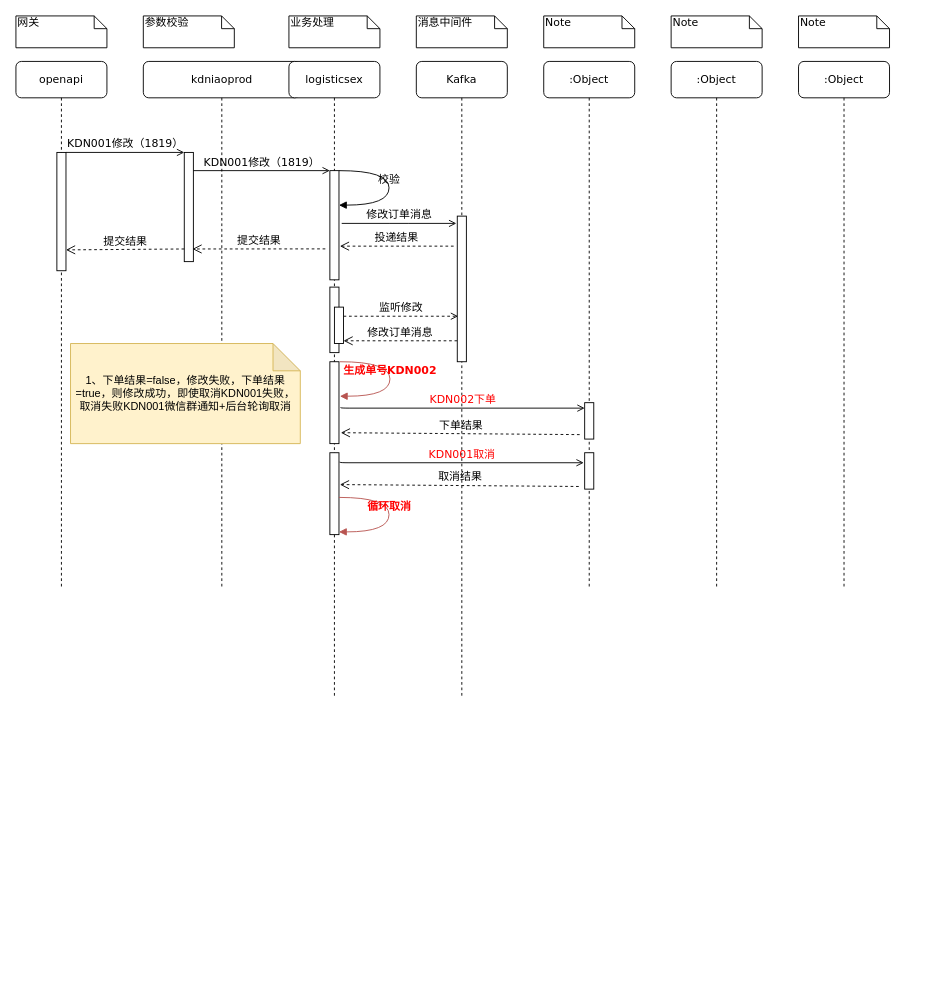
unclequentin/diagrams keeps this draw.io diagram as 合单.drawio. Above is the earlier version. Source tidied: cells renumbered, new cells numbered last; positions are measured from the earlier drawing's top-left corner, leaving out a move shared by most shapes. Both pictures are drawn from the tidied source at 91%, with x=0, y=0 at pixel (15, 15).
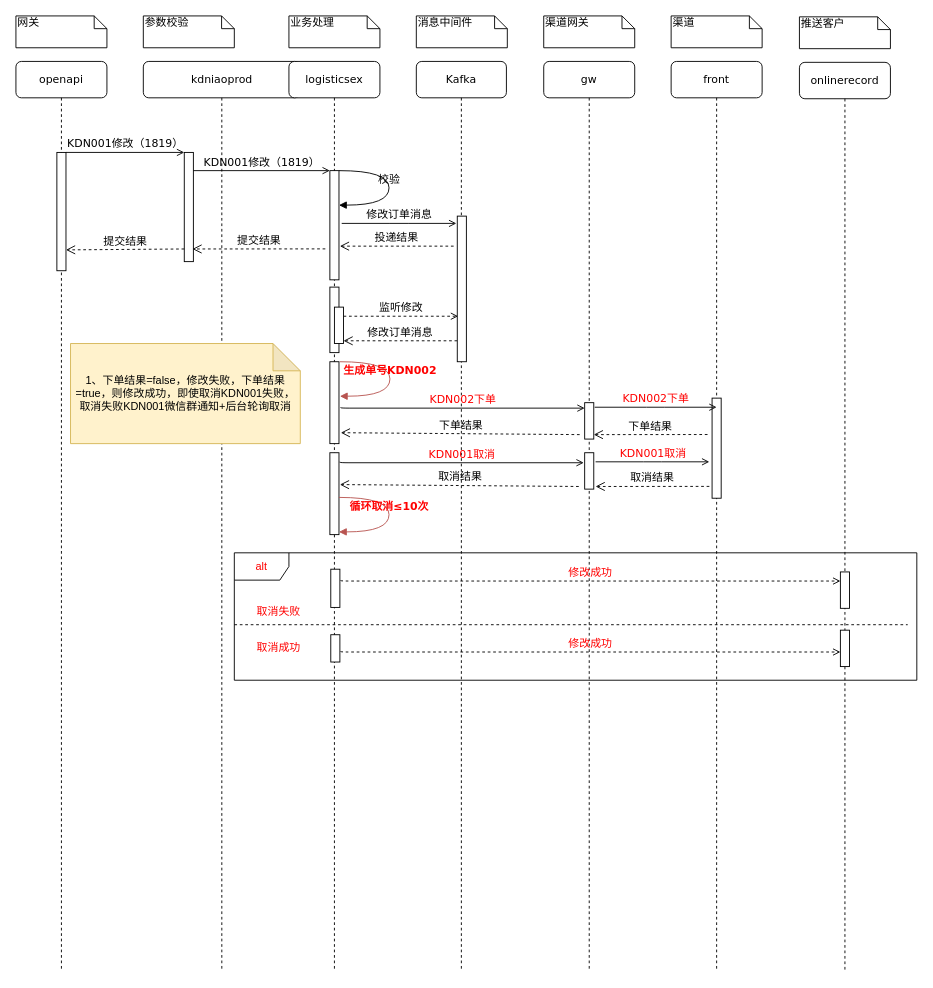
The same page after the edit.

Diff of the diagram source:
```diff
@@
     <mxCell id="2" value="kdniaoprod" style="shape=umlLifeline;perimeter=lifelinePerimeter;whiteSpace=wrap;html=1;rounded=1;shadow=0;comic=0;labelBackgroundColor=none;strokeWidth=1;fontFamily=Verdana;fontSize=12;align=center;" parent="1" vertex="1">
-      <mxGeometry x="140" y="50" width="172.5" height="580" as="geometry" />
+      <mxGeometry x="140" y="50" width="172.5" height="1000" as="geometry" />
     </mxCell>
@@
     <mxCell id="6" value="logisticsex" style="shape=umlLifeline;perimeter=lifelinePerimeter;whiteSpace=wrap;html=1;rounded=1;shadow=0;comic=0;labelBackgroundColor=none;strokeWidth=1;fontFamily=Verdana;fontSize=12;align=center;" parent="1" vertex="1">
-      <mxGeometry x="300" y="50" width="100" height="700" as="geometry" />
+      <mxGeometry x="300" y="50" width="100" height="1000" as="geometry" />
     </mxCell>
@@
-    <mxCell id="11" value="&lt;font color=&quot;#ff0000&quot;&gt;&lt;b&gt;循环取消&lt;/b&gt;&lt;/font&gt;" style="html=1;verticalAlign=bottom;endArrow=block;labelBackgroundColor=none;fontFamily=Verdana;fontSize=12;elbow=vertical;edgeStyle=orthogonalEdgeStyle;curved=1;entryX=1;entryY=0.316;entryPerimeter=0;exitX=1.038;exitY=0.345;exitPerimeter=0;entryDx=0;entryDy=0;fillColor=#f8cecc;strokeColor=#B85450;" parent="6" edge="1">
+    <mxCell id="11" value="&lt;font color=&quot;#ff0000&quot;&gt;&lt;b&gt;循环取消≤10次&lt;/b&gt;&lt;/font&gt;" style="html=1;verticalAlign=bottom;endArrow=block;labelBackgroundColor=none;fontFamily=Verdana;fontSize=12;elbow=vertical;edgeStyle=orthogonalEdgeStyle;curved=1;entryX=1;entryY=0.316;entryPerimeter=0;exitX=1.038;exitY=0.345;exitPerimeter=0;entryDx=0;entryDy=0;fillColor=#f8cecc;strokeColor=#B85450;" parent="6" edge="1">
       <mxGeometry relative="1" as="geometry">
         <mxPoint x="55" y="479.1" as="sourcePoint" />
         <mxPoint x="55" y="517" as="targetPoint" />
         <Array as="points">
           <mxPoint x="110" y="479.1" />
           <mxPoint x="110" y="517.1" />
         </Array>
       </mxGeometry>
     </mxCell>
     <mxCell id="12" value="Kafka" style="shape=umlLifeline;perimeter=lifelinePerimeter;whiteSpace=wrap;html=1;rounded=1;shadow=0;comic=0;labelBackgroundColor=none;strokeWidth=1;fontFamily=Verdana;fontSize=12;align=center;" parent="1" vertex="1">
-      <mxGeometry x="440" y="50" width="100" height="700" as="geometry" />
+      <mxGeometry x="440" y="50" width="99" height="1000" as="geometry" />
     </mxCell>
@@
+    <mxCell id="42" value="alt" style="shape=umlFrame;whiteSpace=wrap;html=1;fontColor=#FF0000;" parent="12" vertex="1">
+      <mxGeometry x="-200" y="540" width="750" height="140" as="geometry" />
+    </mxCell>
+    <mxCell id="43" style="line;strokeWidth=1;fillColor=none;align=left;verticalAlign=middle;spacingTop=-1;spacingLeft=3;spacingRight=3;labelPosition=right;strokeColor=inherit;dashed=1;fontColor=#FF0000;" parent="12" vertex="1">
+      <mxGeometry x="-200" y="615" width="740" height="8" as="geometry" />
+    </mxCell>
+    <mxCell id="44" value="取消失败" style="text;html=1;strokeColor=none;fillColor=none;align=center;verticalAlign=middle;whiteSpace=wrap;rounded=0;dashed=1;strokeWidth=7;fontColor=#FF0000;" parent="12" vertex="1">
+      <mxGeometry x="-181" y="590" width="60" height="30" as="geometry" />
+    </mxCell>
+    <mxCell id="45" value="取消成功" style="text;html=1;strokeColor=none;fillColor=none;align=center;verticalAlign=middle;whiteSpace=wrap;rounded=0;dashed=1;strokeWidth=7;fontColor=#FF0000;" parent="12" vertex="1">
+      <mxGeometry x="-181" y="629" width="60" height="30" as="geometry" />
+    </mxCell>
+    <mxCell id="46" style="html=1;perimeter=orthogonalPerimeter;rounded=0;shadow=0;comic=0;labelBackgroundColor=none;strokeWidth=1;fontFamily=Verdana;fontSize=12;align=center;" parent="12" vertex="1">
+      <mxGeometry x="-94" y="630" width="10" height="30" as="geometry" />
+    </mxCell>
-    <mxCell id="19" value=":Object" style="shape=umlLifeline;perimeter=lifelinePerimeter;whiteSpace=wrap;html=1;rounded=1;shadow=0;comic=0;labelBackgroundColor=none;strokeWidth=1;fontFamily=Verdana;fontSize=12;align=center;" parent="1" vertex="1">
-      <mxGeometry x="580" y="50" width="100" height="580" as="geometry" />
+    <mxCell id="19" value="gw" style="shape=umlLifeline;perimeter=lifelinePerimeter;whiteSpace=wrap;html=1;rounded=1;shadow=0;comic=0;labelBackgroundColor=none;strokeWidth=1;fontFamily=Verdana;fontSize=12;align=center;" parent="1" vertex="1">
+      <mxGeometry x="580" y="50" width="100" height="1000" as="geometry" />
     </mxCell>
@@
-    <mxCell id="21" value=":Object" style="shape=umlLifeline;perimeter=lifelinePerimeter;whiteSpace=wrap;html=1;rounded=1;shadow=0;comic=0;labelBackgroundColor=none;strokeWidth=1;fontFamily=Verdana;fontSize=12;align=center;" parent="1" vertex="1">
-      <mxGeometry x="720" y="50" width="100" height="580" as="geometry" />
+    <mxCell id="21" value="front" style="shape=umlLifeline;perimeter=lifelinePerimeter;whiteSpace=wrap;html=1;rounded=1;shadow=0;comic=0;labelBackgroundColor=none;strokeWidth=1;fontFamily=Verdana;fontSize=12;align=center;" parent="1" vertex="1">
+      <mxGeometry x="720" y="50" width="100" height="1000" as="geometry" />
     </mxCell>
-    <mxCell id="22" value=":Object" style="shape=umlLifeline;perimeter=lifelinePerimeter;whiteSpace=wrap;html=1;rounded=1;shadow=0;comic=0;labelBackgroundColor=none;strokeWidth=1;fontFamily=Verdana;fontSize=12;align=center;" parent="1" vertex="1">
-      <mxGeometry x="860" y="50" width="100" height="580" as="geometry" />
-    </mxCell>
+    <mxCell id="47" style="html=1;perimeter=orthogonalPerimeter;rounded=0;shadow=0;comic=0;labelBackgroundColor=none;strokeWidth=1;fontFamily=Verdana;fontSize=12;align=center;" parent="21" vertex="1">
+      <mxGeometry x="45" y="370" width="10" height="110" as="geometry" />
+    </mxCell>
+    <mxCell id="48" value="下单结果" style="html=1;verticalAlign=bottom;endArrow=open;dashed=1;endSize=8;labelBackgroundColor=none;fontFamily=Verdana;fontSize=12;entryX=0.9;entryY=0.283;entryDx=0;entryDy=0;entryPerimeter=0;" parent="21" edge="1">
+      <mxGeometry relative="1" as="geometry">
+        <mxPoint x="40" y="410" as="sourcePoint" />
+        <mxPoint x="-85" y="410.1" as="targetPoint" />
+      </mxGeometry>
+    </mxCell>
+    <mxCell id="49" value="&lt;font color=&quot;#ff0000&quot;&gt;KDN001取消&lt;/font&gt;" style="html=1;verticalAlign=bottom;endArrow=open;labelBackgroundColor=none;fontFamily=Verdana;fontSize=12;edgeStyle=elbowEdgeStyle;elbow=vertical;endFill=0;" parent="21" edge="1">
+      <mxGeometry relative="1" as="geometry">
+        <mxPoint x="-83" y="440" as="sourcePoint" />
+        <mxPoint x="42" y="440" as="targetPoint" />
+      </mxGeometry>
+    </mxCell>
     <mxCell id="23" value="openapi" style="shape=umlLifeline;perimeter=lifelinePerimeter;whiteSpace=wrap;html=1;rounded=1;shadow=0;comic=0;labelBackgroundColor=none;strokeWidth=1;fontFamily=Verdana;fontSize=12;align=center;" parent="1" vertex="1">
-      <mxGeometry y="50" width="100" height="580" as="geometry" />
+      <mxGeometry y="50" width="100" height="1000" as="geometry" />
     </mxCell>
@@
-    <mxCell id="33" value="Note" style="shape=note;whiteSpace=wrap;html=1;size=14;verticalAlign=top;align=left;spacingTop=-6;rounded=0;shadow=0;comic=0;labelBackgroundColor=none;strokeWidth=1;fontFamily=Verdana;fontSize=12;" parent="1" vertex="1">
+    <mxCell id="33" value="渠道网关" style="shape=note;whiteSpace=wrap;html=1;size=14;verticalAlign=top;align=left;spacingTop=-6;rounded=0;shadow=0;comic=0;labelBackgroundColor=none;strokeWidth=1;fontFamily=Verdana;fontSize=12;" parent="1" vertex="1">
       <mxGeometry x="580" width="100" height="35" as="geometry" />
     </mxCell>
-    <mxCell id="34" value="Note" style="shape=note;whiteSpace=wrap;html=1;size=14;verticalAlign=top;align=left;spacingTop=-6;rounded=0;shadow=0;comic=0;labelBackgroundColor=none;strokeWidth=1;fontFamily=Verdana;fontSize=12;" parent="1" vertex="1">
+    <mxCell id="34" value="渠道" style="shape=note;whiteSpace=wrap;html=1;size=14;verticalAlign=top;align=left;spacingTop=-6;rounded=0;shadow=0;comic=0;labelBackgroundColor=none;strokeWidth=1;fontFamily=Verdana;fontSize=12;" parent="1" vertex="1">
       <mxGeometry x="720" width="100" height="35" as="geometry" />
     </mxCell>
-    <mxCell id="35" value="Note" style="shape=note;whiteSpace=wrap;html=1;size=14;verticalAlign=top;align=left;spacingTop=-6;rounded=0;shadow=0;comic=0;labelBackgroundColor=none;strokeWidth=1;fontFamily=Verdana;fontSize=12;" parent="1" vertex="1">
-      <mxGeometry x="860" width="100" height="35" as="geometry" />
-    </mxCell>
@@
+    <mxCell id="50" value="&lt;font color=&quot;#ff0000&quot;&gt;KDN002下单&lt;/font&gt;" style="html=1;verticalAlign=bottom;endArrow=open;labelBackgroundColor=none;fontFamily=Verdana;fontSize=12;edgeStyle=elbowEdgeStyle;elbow=vertical;endFill=0;" parent="1" edge="1">
+      <mxGeometry relative="1" as="geometry">
+        <mxPoint x="636" y="430" as="sourcePoint" />
+        <mxPoint x="770" y="430" as="targetPoint" />
+      </mxGeometry>
+    </mxCell>
+    <mxCell id="51" value="取消结果" style="html=1;verticalAlign=bottom;endArrow=open;dashed=1;endSize=8;labelBackgroundColor=none;fontFamily=Verdana;fontSize=12;entryX=0.9;entryY=0.283;entryDx=0;entryDy=0;entryPerimeter=0;" parent="1" edge="1">
+      <mxGeometry relative="1" as="geometry">
+        <mxPoint x="762" y="517" as="sourcePoint" />
+        <mxPoint x="637" y="517.1" as="targetPoint" />
+      </mxGeometry>
+    </mxCell>
+    <mxCell id="52" value="onlinerecord" style="shape=umlLifeline;perimeter=lifelinePerimeter;whiteSpace=wrap;html=1;rounded=1;shadow=0;comic=0;labelBackgroundColor=none;strokeWidth=1;fontFamily=Verdana;fontSize=12;align=center;" parent="1" vertex="1">
+      <mxGeometry x="861" y="51" width="100" height="1000" as="geometry" />
+    </mxCell>
+    <mxCell id="53" style="html=1;points=[];perimeter=orthogonalPerimeter;rounded=0;shadow=0;comic=0;labelBackgroundColor=none;strokeWidth=1;fontFamily=Verdana;fontSize=12;align=center;" parent="52" vertex="1">
+      <mxGeometry x="45" y="560" width="10" height="40" as="geometry" />
+    </mxCell>
+    <mxCell id="54" style="html=1;perimeter=orthogonalPerimeter;rounded=0;shadow=0;comic=0;labelBackgroundColor=none;strokeWidth=1;fontFamily=Verdana;fontSize=12;align=center;" parent="52" vertex="1">
+      <mxGeometry x="45" y="624" width="10" height="40" as="geometry" />
+    </mxCell>
+    <mxCell id="55" value="推送客户" style="shape=note;whiteSpace=wrap;html=1;size=14;verticalAlign=top;align=left;spacingTop=-6;rounded=0;shadow=0;comic=0;labelBackgroundColor=none;strokeWidth=1;fontFamily=Verdana;fontSize=12;" parent="1" vertex="1">
+      <mxGeometry x="861" y="1" width="100" height="35" as="geometry" />
+    </mxCell>
+    <mxCell id="56" style="html=1;perimeter=orthogonalPerimeter;rounded=0;shadow=0;comic=0;labelBackgroundColor=none;strokeWidth=1;fontFamily=Verdana;fontSize=12;align=center;" parent="1" vertex="1">
+      <mxGeometry x="346" y="608" width="10" height="42" as="geometry" />
+    </mxCell>
+    <mxCell id="57" value="&lt;font color=&quot;#ff0000&quot;&gt;修改成功&lt;/font&gt;" style="html=1;verticalAlign=bottom;endArrow=open;labelBackgroundColor=none;fontFamily=Verdana;fontSize=12;edgeStyle=elbowEdgeStyle;elbow=vertical;endFill=0;dashed=1;" parent="1" edge="1" target="53">
+      <mxGeometry relative="1" as="geometry">
+        <mxPoint x="357" y="620" as="sourcePoint" />
+        <Array as="points">
+          <mxPoint x="277" y="621" />
+        </Array>
+      </mxGeometry>
+    </mxCell>
+    <mxCell id="58" value="&lt;font color=&quot;#ff0000&quot;&gt;修改成功&lt;/font&gt;" style="html=1;verticalAlign=bottom;endArrow=open;labelBackgroundColor=none;fontFamily=Verdana;fontSize=12;edgeStyle=elbowEdgeStyle;elbow=vertical;endFill=0;dashed=1;" parent="1" edge="1">
+      <mxGeometry relative="1" as="geometry">
+        <mxPoint x="357" y="698" as="sourcePoint" />
+        <mxPoint x="906" y="699" as="targetPoint" />
+        <Array as="points">
+          <mxPoint x="277" y="699" />
+        </Array>
+      </mxGeometry>
+    </mxCell>
```
